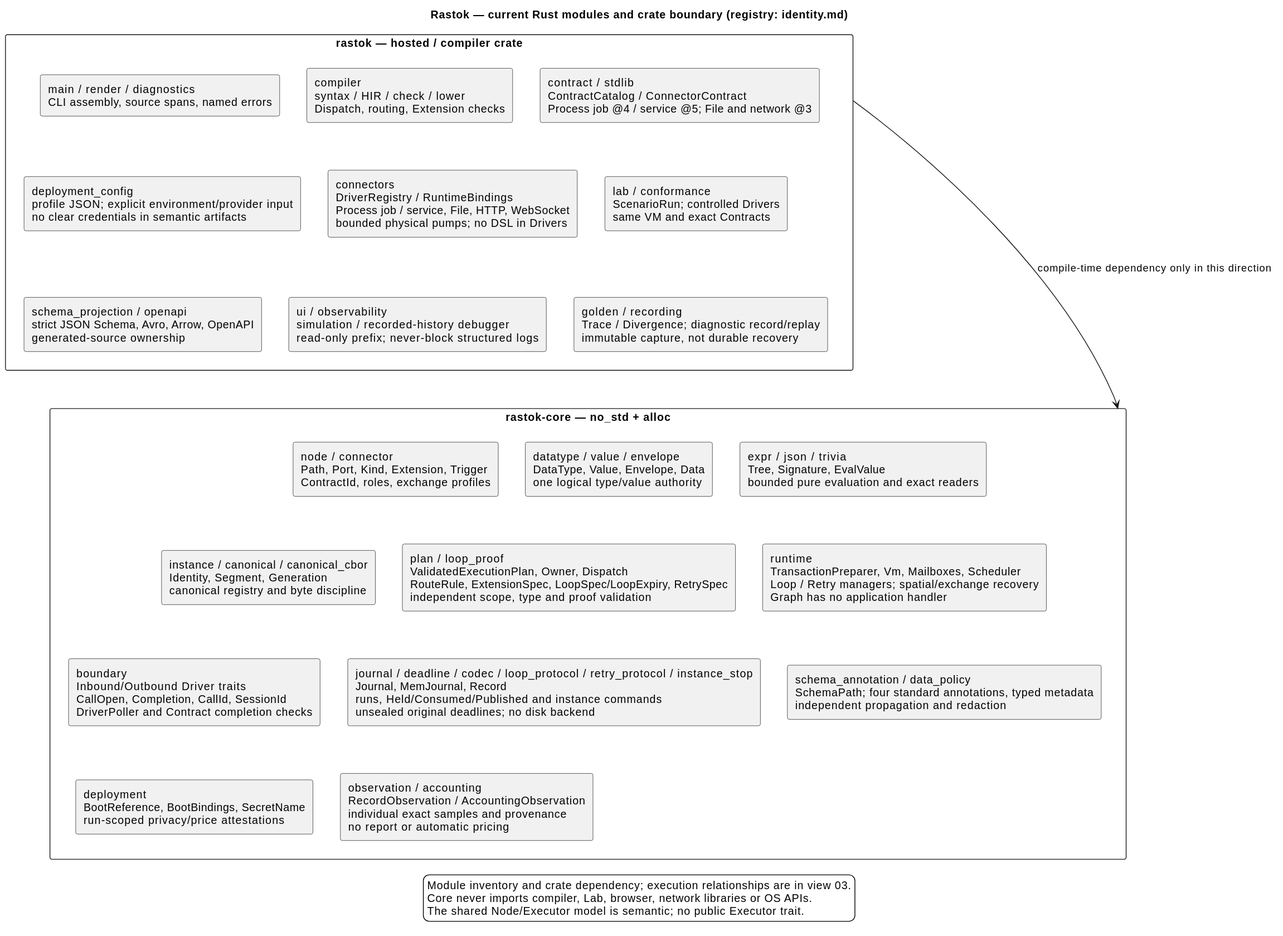
The PlantUML diagram docs/architecture/06-rastok-modules-overview.svg in rastok-io/rastok, before a commit.
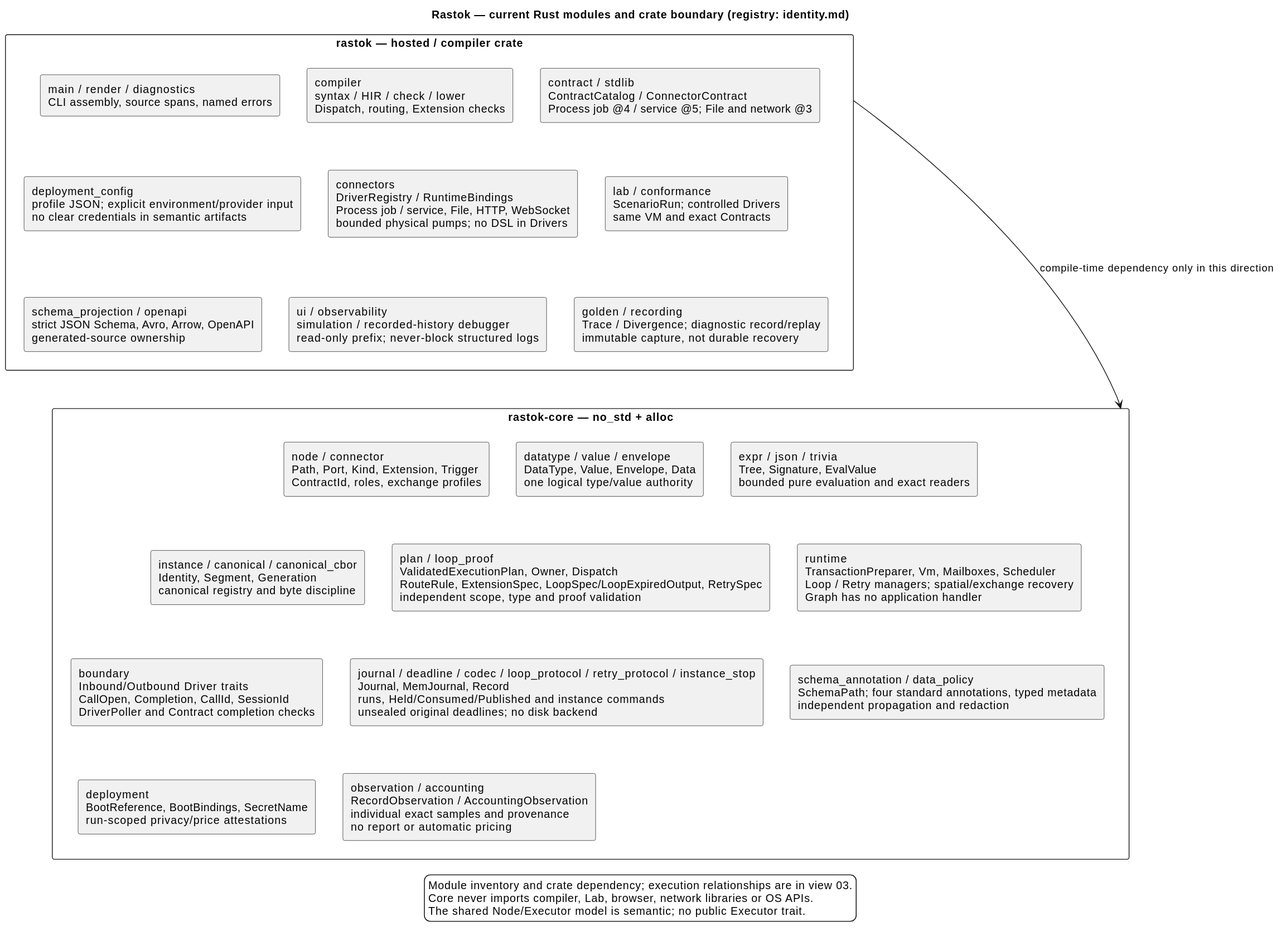
The same diagram one commit later.

What changed in the source:
```diff
@@ -22,7 +22,7 @@
   rectangle "datatype / value / envelope\nDataType, Value, Envelope, Data\none logical type/value authority" as DATA
   rectangle "expr / json / trivia\nTree, Signature, EvalValue\nbounded pure evaluation and exact readers" as EXPR
   rectangle "instance / canonical / canonical_cbor\nIdentity, Segment, Generation\ncanonical registry and byte discipline" as IDENTITY
-  rectangle "plan / loop_proof\nValidatedExecutionPlan, Owner, Dispatch\nRouteRule, ExtensionSpec, LoopSpec/LoopExpiry, RetrySpec\nindependent scope, type and proof validation" as PLAN
+  rectangle "plan / loop_proof\nValidatedExecutionPlan, Owner, Dispatch\nRouteRule, ExtensionSpec, LoopSpec/LoopExpiredOutput, RetrySpec\nindependent scope, type and proof validation" as PLAN
   rectangle "runtime\nTransactionPreparer, Vm, Mailboxes, Scheduler\nLoop / Retry managers; spatial/exchange recovery\nGraph has no application handler" as VM
   rectangle "boundary\nInbound/Outbound Driver traits\nCallOpen, Completion, CallId, SessionId\nDriverPoller and Contract completion checks" as BOUNDARY
   rectangle "journal / deadline / codec / loop_protocol / retry_protocol / instance_stop\nJournal, MemJournal, Record\nruns, Held/Consumed/Published and instance commands\nunsealed original deadlines; no disk backend" as JOURNAL
```
